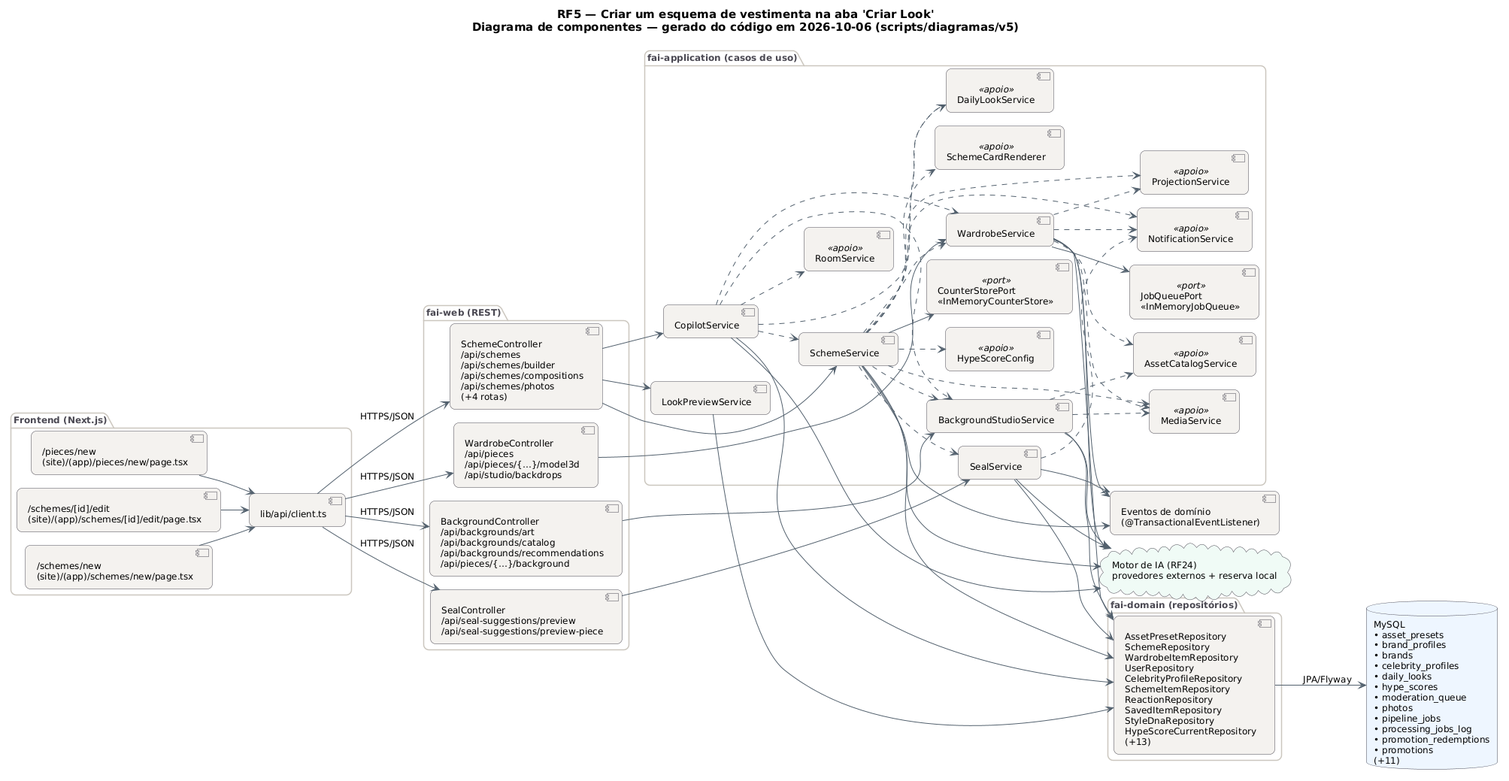
Earlier version of the PlantUML export docs/diagramas/RF5/RF5_Componentes.png (MatheusHaliski/tcc-2026-fashion-ai-backend).
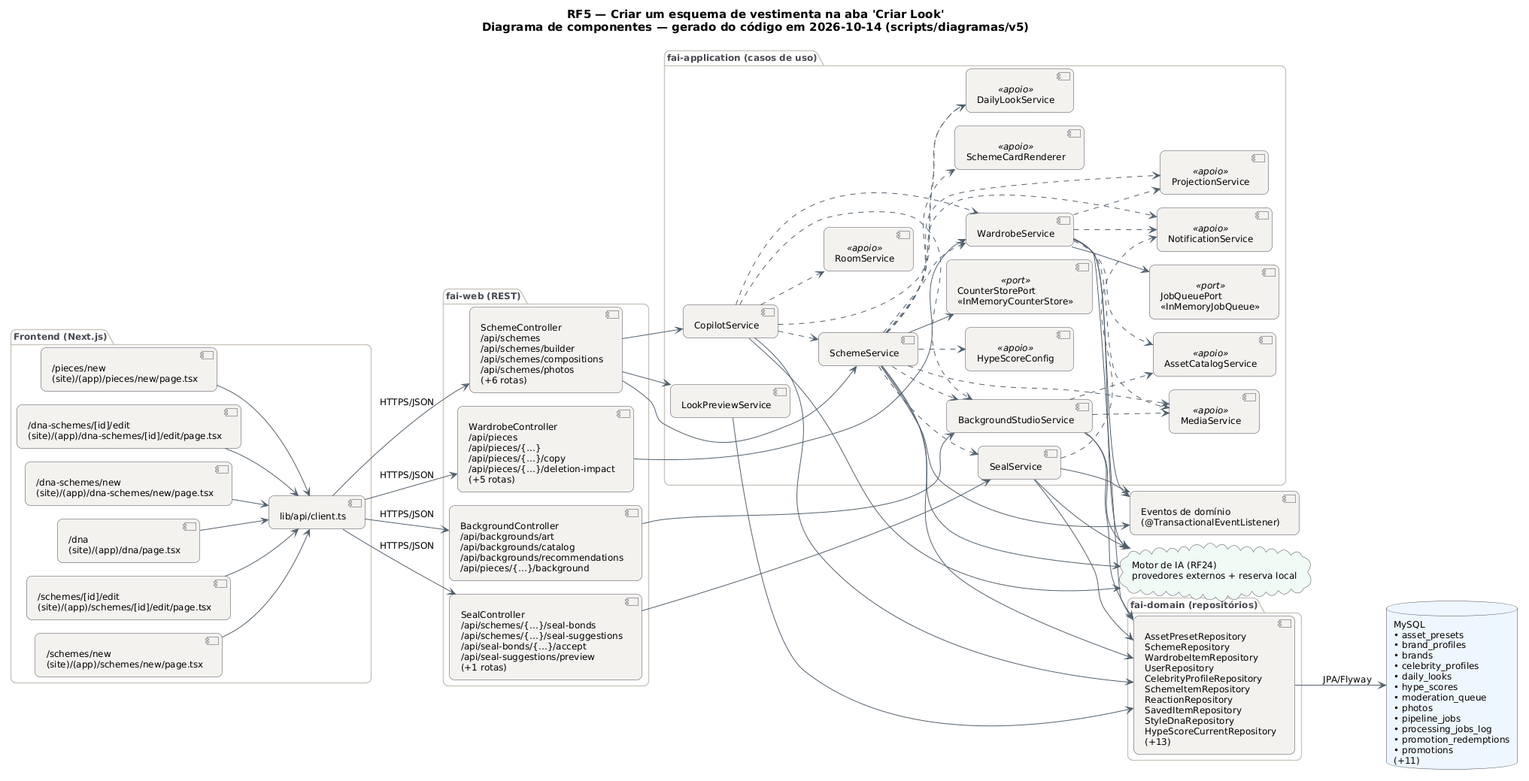
The same file after the commit.

The edit, as a diff of the source:
```diff
@@ -29,19 +29,22 @@
   BorderColor #4A4852
 }
 left to right direction
-title RF5 — Criar um esquema de vestimenta na aba 'Criar Look'\nDiagrama de componentes — gerado do código em 2026-10-06 (scripts/diagramas/v5)
+title RF5 — Criar um esquema de vestimenta na aba 'Criar Look'\nDiagrama de componentes — gerado do código em 2026-10-14 (scripts/diagramas/v5)
 
 package "Frontend (Next.js)" {
   component "/pieces/new\n(site)/(app)/pieces/new/page.tsx" as FE0
-  component "/schemes/[id]/edit\n(site)/(app)/schemes/[id]/edit/page.tsx" as FE1
-  component "/schemes/new\n(site)/(app)/schemes/new/page.tsx" as FE2
+  component "/dna-schemes/[id]/edit\n(site)/(app)/dna-schemes/[id]/edit/page.tsx" as FE1
+  component "/dna-schemes/new\n(site)/(app)/dna-schemes/new/page.tsx" as FE2
+  component "/dna\n(site)/(app)/dna/page.tsx" as FE3
+  component "/schemes/[id]/edit\n(site)/(app)/schemes/[id]/edit/page.tsx" as FE4
+  component "/schemes/new\n(site)/(app)/schemes/new/page.tsx" as FE5
   component "lib/api/client.ts" as APIC
 }
 package "fai-web (REST)" {
   component "BackgroundController\n/api/backgrounds/art\n/api/backgrounds/catalog\n/api/backgrounds/recommendations\n/api/pieces/{…}/background" as BackgroundController
-  component "SchemeController\n/api/schemes\n/api/schemes/builder\n/api/schemes/compositions\n/api/schemes/photos\n(+4 rotas)" as SchemeController
-  component "SealController\n/api/seal-suggestions/preview\n/api/seal-suggestions/preview-piece" as SealController
-  component "WardrobeController\n/api/pieces\n/api/pieces/{…}/model3d\n/api/studio/backdrops" as WardrobeController
+  component "SchemeController\n/api/schemes\n/api/schemes/builder\n/api/schemes/compositions\n/api/schemes/photos\n(+6 rotas)" as SchemeController
+  component "SealController\n/api/schemes/{…}/seal-bonds\n/api/schemes/{…}/seal-suggestions\n/api/seal-bonds/{…}/accept\n/api/seal-suggestions/preview\n(+1 rotas)" as SealController
+  component "WardrobeController\n/api/pieces\n/api/pieces/{…}\n/api/pieces/{…}/copy\n/api/pieces/{…}/deletion-impact\n(+5 rotas)" as WardrobeController
 }
 package "fai-application (casos de uso)" {
   component "BackgroundStudioService" as BackgroundStudioService
@@ -86,6 +89,9 @@
 FE0 --> APIC
 FE1 --> APIC
 FE2 --> APIC
+FE3 --> APIC
+FE4 --> APIC
+FE5 --> APIC
 LookPreviewService --> REPO_MySQL
 REPO_MySQL --> DB_MySQL : JPA/Flyway
 SchemeController --> CopilotService
```
